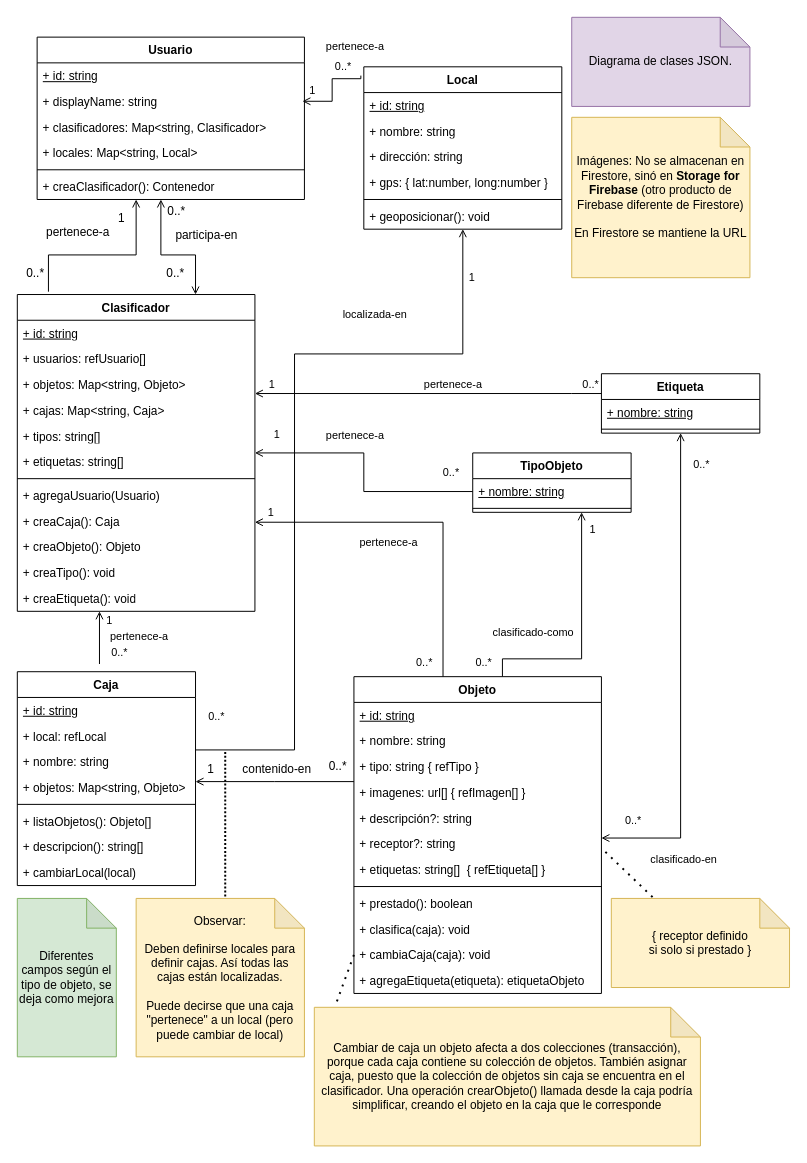
raxware/ion-manifesto keeps this draw.io diagram as doc/manifesto-JSON.drawio. Above is the earlier version. Source tidied: cells renumbered, new cells numbered last; positions are measured from the earlier drawing's top-left corner, leaving out a move shared by most shapes. Both pictures are drawn from the tidied source at 99%, with x=0, y=0 at pixel (17, 17).
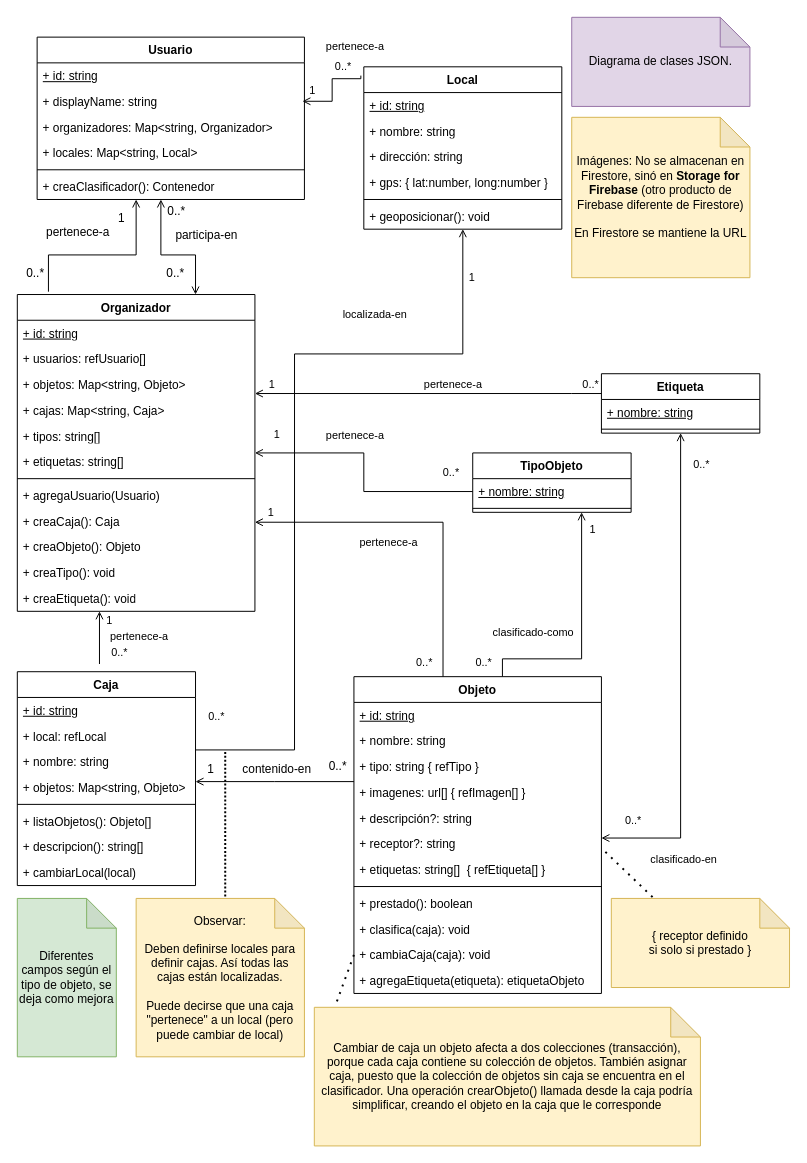
After the change.

Commit message (it also covers changes not shown here):
"organizador", en lugar de "clasificador"

The change refers to these unchanged cells:
```xml
<mxCell id="36" value="Usuario" style="swimlane;fontStyle=1;align=center;verticalAlign=top;horizontal=1;startSize=26;whiteSpace=wrap;html=1;" parent="1" vertex="1">
  <mxGeometry x="20" y="20" width="270" height="164" as="geometry" />
</mxCell>
```

Change to the diagram source:
```diff
@@
-    <mxCell id="2" value="Clasificador" style="swimlane;fontStyle=1;align=center;verticalAlign=top;horizontal=1;startSize=26;whiteSpace=wrap;html=1;" parent="1" vertex="1">
+    <mxCell id="2" value="Organizador" style="swimlane;fontStyle=1;align=center;verticalAlign=top;horizontal=1;startSize=26;whiteSpace=wrap;html=1;" parent="1" vertex="1">
       <mxGeometry y="280" width="240" height="320" as="geometry" />
     </mxCell>
@@
-    <mxCell id="39" value="+ clasificadores: Map&amp;lt;string, Clasificador&amp;gt;" style="text;strokeColor=none;fillColor=none;align=left;verticalAlign=top;spacingLeft=4;spacingRight=4;overflow=hidden;whiteSpace=wrap;html=1;" parent="36" vertex="1">
+    <mxCell id="39" value="+ organizadores: Map&amp;lt;string, Organizador&amp;gt;" style="text;strokeColor=none;fillColor=none;align=left;verticalAlign=top;spacingLeft=4;spacingRight=4;overflow=hidden;whiteSpace=wrap;html=1;" parent="36" vertex="1">
       <mxGeometry y="78" width="270" height="26" as="geometry" />
     </mxCell>
```
